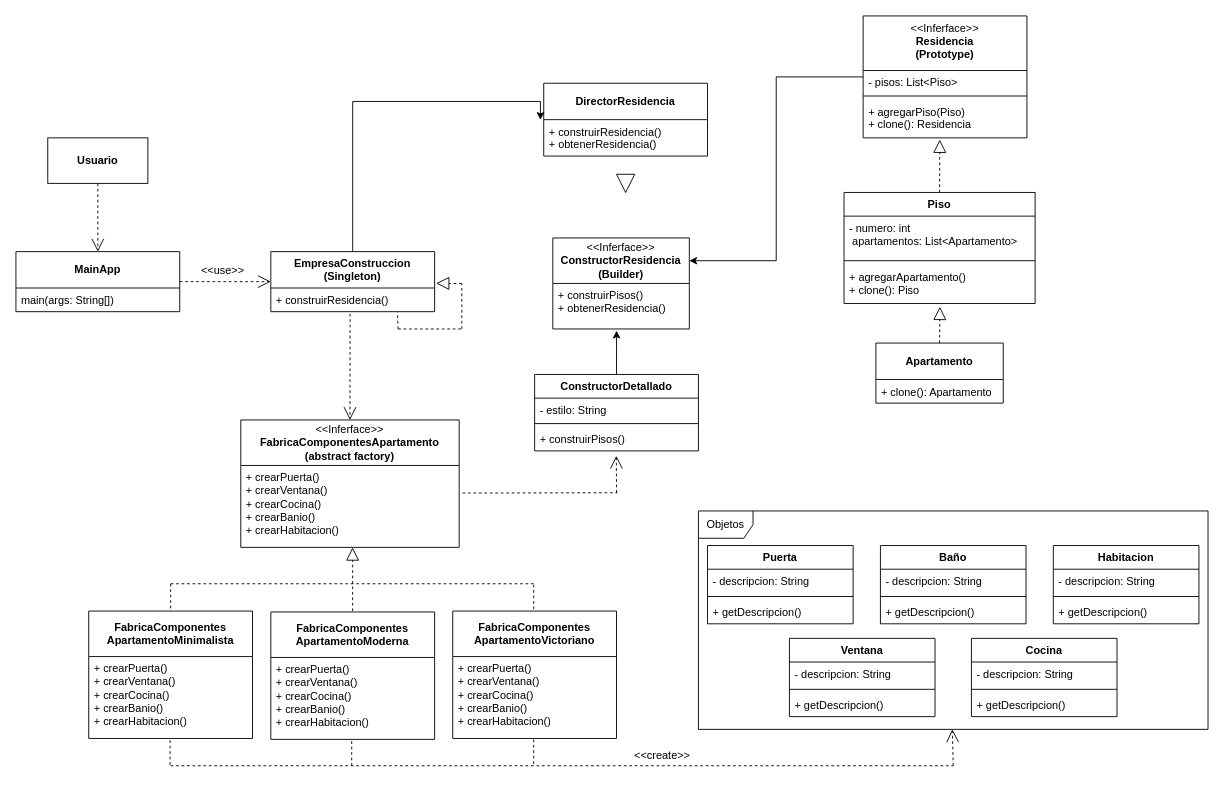
Before: Empresa_Costrución.drawio in EsantiagoSC/Taller-2, a draw.io diagram. Source tidied: cells renumbered, new cells numbered last; positions are measured from the earlier drawing's top-left corner, leaving out a move shared by most shapes. Both pictures are drawn from the tidied source at 91%, with x=0, y=0 at pixel (15, 15).
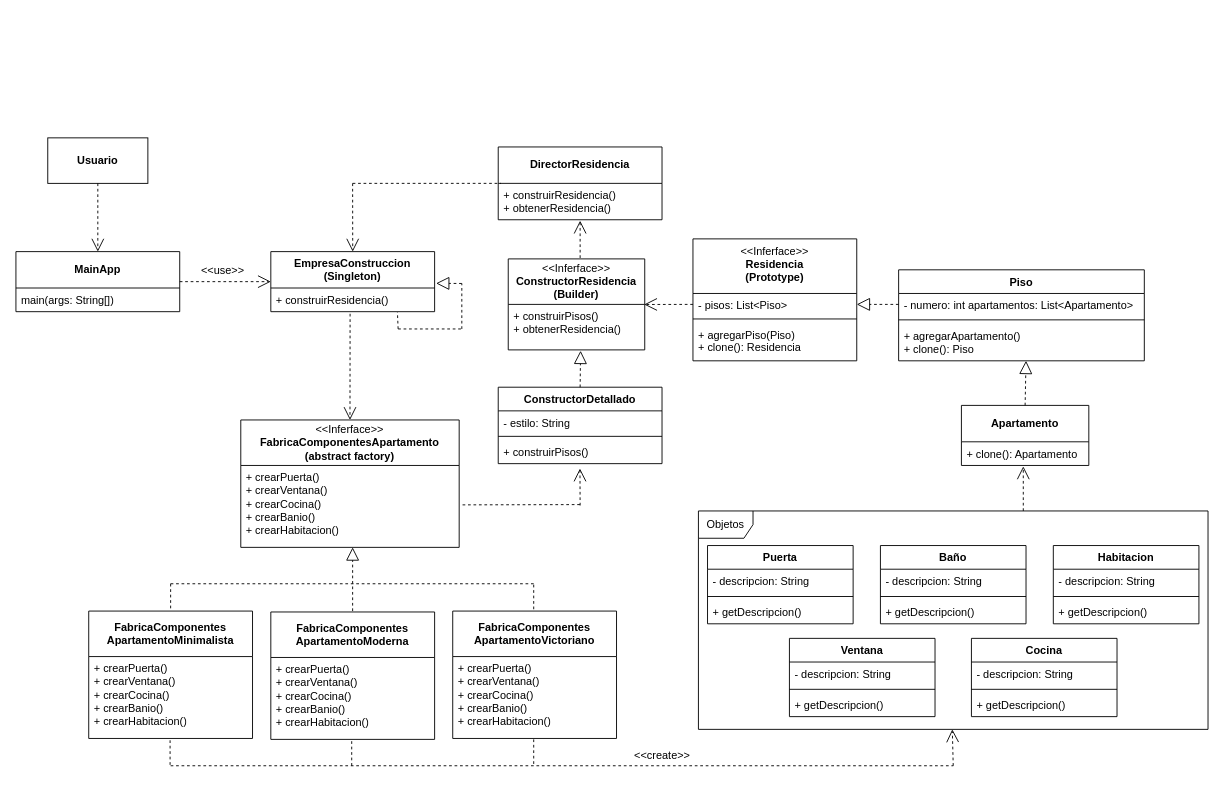
Above is the later version.

The change refers to these unchanged cells:
```xml
<mxCell id="2" value="&lt;b&gt;EmpresaConstruccion (Singleton)&lt;/b&gt;" style="swimlane;fontStyle=0;horizontal=1;startSize=40;fillColor=none;whiteSpace=wrap;html=1;" parent="1" vertex="1">
  <mxGeometry x="280.1" y="259" width="180" height="66" as="geometry" />
</mxCell>
<mxCell id="22" value="&lt;div&gt;+ construirPisos()&lt;/div&gt;&lt;div&gt;&lt;span style=&quot;background-color: transparent; color: light-dark(rgb(0, 0, 0), rgb(255, 255, 255));&quot;&gt;+ obtenerResidencia()&lt;/span&gt;&lt;/div&gt;" style="text;strokeColor=none;fillColor=none;align=left;verticalAlign=top;spacingLeft=4;spacingRight=4;overflow=hidden;points=[[0,0.5],[1,0.5]];portConstraint=eastwest;whiteSpace=wrap;html=1;" parent="21" vertex="1">
  <mxGeometry y="50" width="150" height="50" as="geometry" />
</mxCell>
<mxCell id="27" value="+ construirPisos()" style="text;strokeColor=none;fillColor=none;align=left;verticalAlign=top;spacingLeft=4;spacingRight=4;overflow=hidden;points=[[0,0.5],[1,0.5]];portConstraint=eastwest;whiteSpace=wrap;html=1;" parent="24" vertex="1">
  <mxGeometry y="58" width="180" height="26" as="geometry" />
</mxCell>
<mxCell id="29" value="&lt;div&gt;+ construirResidencia()&lt;/div&gt;&lt;div&gt;&lt;span style=&quot;background-color: transparent; color: light-dark(rgb(0, 0, 0), rgb(255, 255, 255));&quot;&gt;+ obtenerResidencia()&lt;/span&gt;&lt;/div&gt;" style="text;strokeColor=none;fillColor=none;align=left;verticalAlign=top;spacingLeft=4;spacingRight=4;overflow=hidden;points=[[0,0.5],[1,0.5]];portConstraint=eastwest;whiteSpace=wrap;html=1;" parent="28" vertex="1">
  <mxGeometry y="40" width="180" height="40" as="geometry" />
</mxCell>
<mxCell id="32" value="- pisos: List&amp;lt;Piso&amp;gt;" style="text;strokeColor=none;fillColor=none;align=left;verticalAlign=top;spacingLeft=4;spacingRight=4;overflow=hidden;points=[[0,0.5],[1,0.5]];portConstraint=eastwest;whiteSpace=wrap;html=1;" parent="31" vertex="1">
  <mxGeometry y="60" width="180" height="24" as="geometry" />
</mxCell>
<mxCell id="34" value="&lt;div&gt;+ agregarPiso(Piso)&lt;/div&gt;&lt;div&gt;+ clone(): Residencia&lt;/div&gt;" style="text;strokeColor=none;fillColor=none;align=left;verticalAlign=top;spacingLeft=4;spacingRight=4;overflow=hidden;points=[[0,0.5],[1,0.5]];portConstraint=eastwest;whiteSpace=wrap;html=1;" parent="31" vertex="1">
  <mxGeometry y="92" width="180" height="42" as="geometry" />
</mxCell>
```

Change to the diagram source:
```diff
@@
     <mxCell id="21" value="&lt;div&gt;&amp;lt;&amp;lt;Inferface&amp;gt;&amp;gt;&lt;/div&gt;&lt;b&gt;ConstructorResidencia&lt;/b&gt;&lt;div&gt;&lt;b&gt;(Builder)&lt;/b&gt;&lt;/div&gt;" style="swimlane;fontStyle=0;horizontal=1;startSize=50;fillColor=none;whiteSpace=wrap;html=1;" parent="1" vertex="1">
-      <mxGeometry x="590" y="244" width="150" height="100" as="geometry" />
+      <mxGeometry x="541" y="267" width="150" height="100" as="geometry" />
     </mxCell>
@@
-    <mxCell id="23" style="triangle;whiteSpace=wrap;html=1;rotation=90;" parent="1" vertex="1">
-      <mxGeometry x="660" y="174" width="20" height="20" as="geometry" />
-    </mxCell>
     <mxCell id="24" value="ConstructorDetallado" style="swimlane;fontStyle=1;align=center;verticalAlign=top;horizontal=1;startSize=26;whiteSpace=wrap;html=1;" parent="1" vertex="1">
-      <mxGeometry x="570" y="394" width="180" height="84" as="geometry" />
+      <mxGeometry x="530" y="408" width="180" height="84" as="geometry" />
     </mxCell>
@@
     <mxCell id="28" value="&lt;b&gt;DirectorResidencia&lt;/b&gt;" style="swimlane;fontStyle=0;horizontal=1;startSize=40;fillColor=none;whiteSpace=wrap;html=1;" parent="1" vertex="1">
-      <mxGeometry x="580" y="74" width="180" height="80" as="geometry" />
+      <mxGeometry x="530" y="144" width="180" height="80" as="geometry" />
     </mxCell>
@@
-    <mxCell id="30" style="edgeStyle=orthogonalEdgeStyle;rounded=0;jettySize=auto;html=1;entryX=1;entryY=0.25;entryDx=0;entryDy=0;" parent="1" edge="1" source="31" target="21">
-      <mxGeometry relative="1" as="geometry" />
-    </mxCell>
     <mxCell id="31" value="&lt;div&gt;&lt;span style=&quot;font-weight: 400;&quot;&gt;&amp;lt;&amp;lt;Inferface&amp;gt;&amp;gt;&lt;/span&gt;&lt;/div&gt;Residencia&lt;div&gt;(Prototype)&lt;/div&gt;" style="swimlane;fontStyle=1;align=center;verticalAlign=top;horizontal=1;startSize=60;whiteSpace=wrap;html=1;" parent="1" vertex="1">
-      <mxGeometry x="931" width="180" height="134" as="geometry" />
+      <mxGeometry x="744" y="245" width="180" height="134" as="geometry" />
     </mxCell>
@@
     <mxCell id="35" value="Piso" style="swimlane;fontStyle=1;align=center;verticalAlign=top;horizontal=1;startSize=26;whiteSpace=wrap;html=1;" parent="1" vertex="1">
-      <mxGeometry x="910" y="194" width="210" height="122" as="geometry" />
+      <mxGeometry x="970" y="279" width="270" height="100" as="geometry" />
     </mxCell>
-    <mxCell id="36" value="&lt;div&gt;- numero: int&lt;/div&gt;&lt;div&gt;&lt;span style=&quot;background-color: transparent; color: light-dark(rgb(0, 0, 0), rgb(255, 255, 255));&quot;&gt;&amp;nbsp;apartamentos: List&amp;lt;Apartamento&amp;gt;&lt;/span&gt;&lt;/div&gt;" style="text;strokeColor=none;fillColor=none;align=left;verticalAlign=top;spacingLeft=4;spacingRight=4;overflow=hidden;points=[[0,0.5],[1,0.5]];portConstraint=eastwest;whiteSpace=wrap;html=1;" parent="35" vertex="1">
-      <mxGeometry y="26" width="210" height="44" as="geometry" />
+    <mxCell id="36" value="&lt;div&gt;- numero: int&amp;nbsp;&lt;span style=&quot;background-color: transparent; color: light-dark(rgb(0, 0, 0), rgb(255, 255, 255));&quot;&gt;apartamentos: List&amp;lt;Apartamento&amp;gt;&lt;/span&gt;&lt;/div&gt;" style="text;strokeColor=none;fillColor=none;align=left;verticalAlign=top;spacingLeft=4;spacingRight=4;overflow=hidden;points=[[0,0.5],[1,0.5]];portConstraint=eastwest;whiteSpace=wrap;html=1;" parent="35" vertex="1">
+      <mxGeometry y="26" width="270" height="24" as="geometry" />
     </mxCell>
     <mxCell id="37" style="line;strokeWidth=1;fillColor=none;align=left;verticalAlign=middle;spacingTop=-1;spacingLeft=3;spacingRight=3;labelPosition=right;strokeColor=inherit;" parent="35" vertex="1">
-      <mxGeometry y="70" width="210" height="10" as="geometry" />
+      <mxGeometry y="50" width="270" height="10" as="geometry" />
     </mxCell>
     <mxCell id="38" value="&lt;div&gt;+ agregarApartamento()&lt;/div&gt;&lt;div&gt;+ clone(): Piso&lt;/div&gt;" style="text;strokeColor=none;fillColor=none;align=left;verticalAlign=top;spacingLeft=4;spacingRight=4;overflow=hidden;points=[[0,0.5],[1,0.5]];portConstraint=eastwest;whiteSpace=wrap;html=1;" parent="35" vertex="1">
-      <mxGeometry y="80" width="210" height="42" as="geometry" />
+      <mxGeometry y="60" width="270" height="40" as="geometry" />
     </mxCell>
-    <mxCell id="39" style="endArrow=classic;html=1;rounded=0;exitX=0.5;exitY=0;exitDx=0;exitDy=0;entryX=0.467;entryY=1.038;entryDx=0;entryDy=0;entryPerimeter=0;" parent="1" edge="1" source="24" target="22">
-      <mxGeometry relative="1" as="geometry" />
-    </mxCell>
-    <mxCell id="40" style="edgeStyle=orthogonalEdgeStyle;rounded=0;jettySize=auto;html=1;entryX=-0.02;entryY=0.006;entryDx=0;entryDy=0;entryPerimeter=0;" parent="1" edge="1" source="2" target="29">
-      <mxGeometry relative="1" as="geometry" />
-    </mxCell>
@@
     <mxCell id="58" style="endArrow=open;endSize=12;dashed=1;html=1;rounded=0;entryX=0.499;entryY=1.207;entryDx=0;entryDy=0;entryPerimeter=0;" parent="1" edge="1" target="27">
       <mxGeometry relative="1" as="geometry">
-        <mxPoint x="660" y="524" as="sourcePoint" />
+        <mxPoint x="620" y="538" as="sourcePoint" />
       </mxGeometry>
     </mxCell>
     <mxCell id="59" style="endArrow=none;dashed=1;html=1;rounded=0;exitX=1.011;exitY=0.292;exitDx=0;exitDy=0;exitPerimeter=0;" parent="1" edge="1">
       <mxGeometry relative="1" as="geometry">
-        <mxPoint x="490.8" y="524.3" as="sourcePoint" />
-        <mxPoint x="661" y="524" as="targetPoint" />
+        <mxPoint x="490.8" y="537.3" as="sourcePoint" />
+        <mxPoint x="620" y="537" as="targetPoint" />
       </mxGeometry>
     </mxCell>
@@
     <mxCell id="77" value="&lt;b&gt;Apartamento&lt;/b&gt;" style="swimlane;fontStyle=0;horizontal=1;startSize=40;fillColor=none;whiteSpace=wrap;html=1;" parent="1" vertex="1">
-      <mxGeometry x="945" y="359.5" width="140" height="66" as="geometry" />
+      <mxGeometry x="1039" y="428" width="140" height="66" as="geometry" />
     </mxCell>
@@
-    <mxCell id="79" style="endArrow=block;dashed=1;endFill=0;endSize=12;html=1;rounded=0;entryX=0.502;entryY=1.086;entryDx=0;entryDy=0;entryPerimeter=0;exitX=0.5;exitY=0;exitDx=0;exitDy=0;" parent="1" edge="1" source="77" target="38">
-      <mxGeometry relative="1" as="geometry" />
-    </mxCell>
-    <mxCell id="80" style="endArrow=block;dashed=1;endFill=0;endSize=12;html=1;rounded=0;entryX=0.468;entryY=1.046;entryDx=0;entryDy=0;entryPerimeter=0;exitX=0.5;exitY=0;exitDx=0;exitDy=0;" parent="1" edge="1" source="35" target="34">
-      <mxGeometry relative="1" as="geometry" />
-    </mxCell>
+    <mxCell id="81" style="endArrow=open;endSize=12;dashed=1;html=1;rounded=0;entryX=0.5;entryY=0;entryDx=0;entryDy=0;" parent="1" edge="1" target="2">
+      <mxGeometry relative="1" as="geometry">
+        <mxPoint x="370" y="184" as="sourcePoint" />
+      </mxGeometry>
+    </mxCell>
+    <mxCell id="82" style="endArrow=none;dashed=1;html=1;rounded=0;" parent="1" edge="1">
+      <mxGeometry relative="1" as="geometry">
+        <mxPoint x="370" y="184" as="sourcePoint" />
+        <mxPoint x="533" y="184" as="targetPoint" />
+      </mxGeometry>
+    </mxCell>
+    <mxCell id="39" style="endArrow=block;dashed=1;endFill=0;endSize=12;html=1;rounded=0;entryX=0.53;entryY=1.019;entryDx=0;entryDy=0;entryPerimeter=0;exitX=0.5;exitY=0;exitDx=0;exitDy=0;" parent="1" edge="1" source="24" target="22">
+      <mxGeometry relative="1" as="geometry" />
+    </mxCell>
+    <mxCell id="83" style="endArrow=open;endSize=12;dashed=1;html=1;rounded=0;entryX=0.499;entryY=1.207;entryDx=0;entryDy=0;entryPerimeter=0;" parent="1" edge="1">
+      <mxGeometry relative="1" as="geometry">
+        <mxPoint x="620" y="266" as="sourcePoint" />
+        <mxPoint x="620" y="225" as="targetPoint" />
+      </mxGeometry>
+    </mxCell>
+    <mxCell id="84" style="endArrow=open;endSize=12;dashed=1;html=1;rounded=0;entryX=0.996;entryY=0.002;entryDx=0;entryDy=0;entryPerimeter=0;exitX=0;exitY=0.5;exitDx=0;exitDy=0;" parent="1" edge="1" source="32" target="22">
+      <mxGeometry relative="1" as="geometry" />
+    </mxCell>
+    <mxCell id="85" style="endArrow=block;dashed=1;endFill=0;endSize=12;html=1;rounded=0;entryX=1;entryY=0.5;entryDx=0;entryDy=0;exitX=0;exitY=0.5;exitDx=0;exitDy=0;" parent="1" edge="1" source="36" target="32">
+      <mxGeometry relative="1" as="geometry" />
+    </mxCell>
+    <mxCell id="86" style="endArrow=block;dashed=1;endFill=0;endSize=12;html=1;rounded=0;exitX=0.5;exitY=0;exitDx=0;exitDy=0;" parent="1" edge="1" source="77">
+      <mxGeometry relative="1" as="geometry">
+        <mxPoint x="1110" y="379" as="targetPoint" />
+      </mxGeometry>
+    </mxCell>
+    <mxCell id="87" style="endArrow=open;endSize=12;dashed=1;html=1;rounded=0;" parent="1" edge="1">
+      <mxGeometry relative="1" as="geometry">
+        <mxPoint x="1107" y="544" as="sourcePoint" />
+        <mxPoint x="1107" y="495" as="targetPoint" />
+      </mxGeometry>
+    </mxCell>
```
